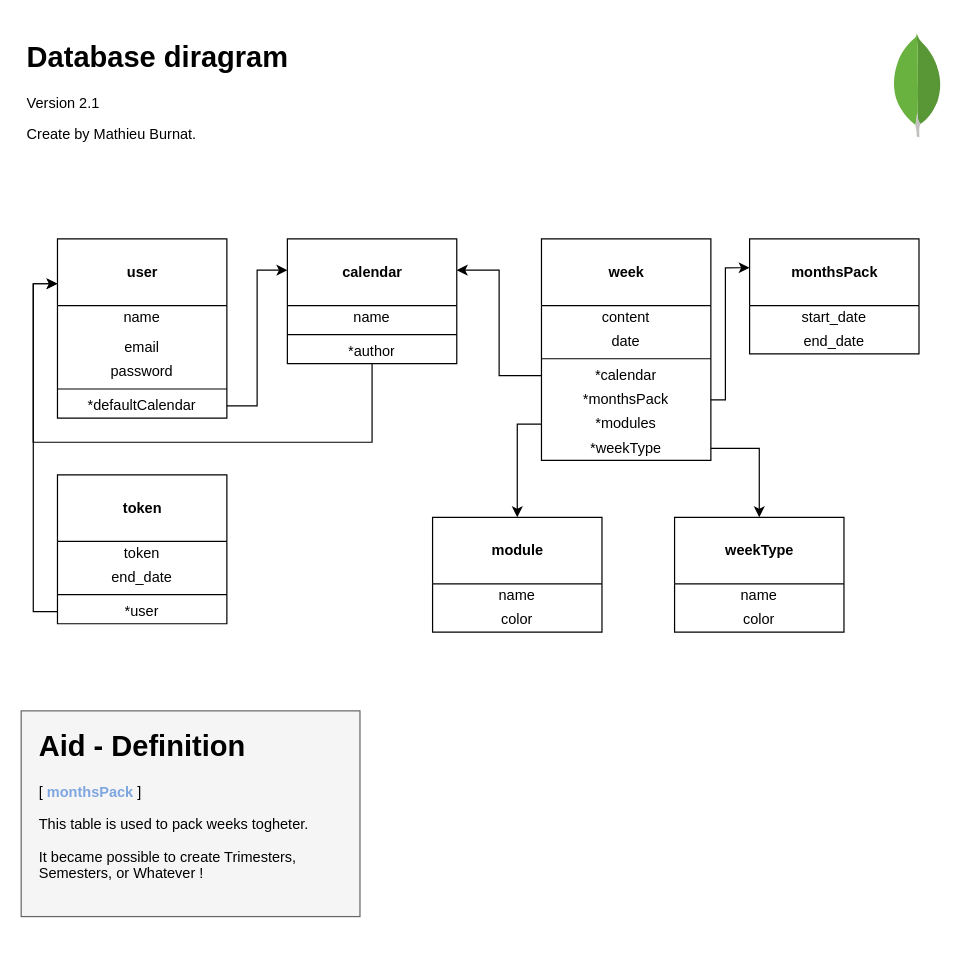
Before: documentation/database/Diagram_2.drawio in MathieuBurnat/tech_calendar, a draw.io diagram. Source tidied: cells renumbered, new cells numbered last; positions are measured from the earlier drawing's top-left corner, leaving out a move shared by most shapes. Both pictures are drawn from the tidied source at 121%, with x=0, y=0 at pixel (21, 33).
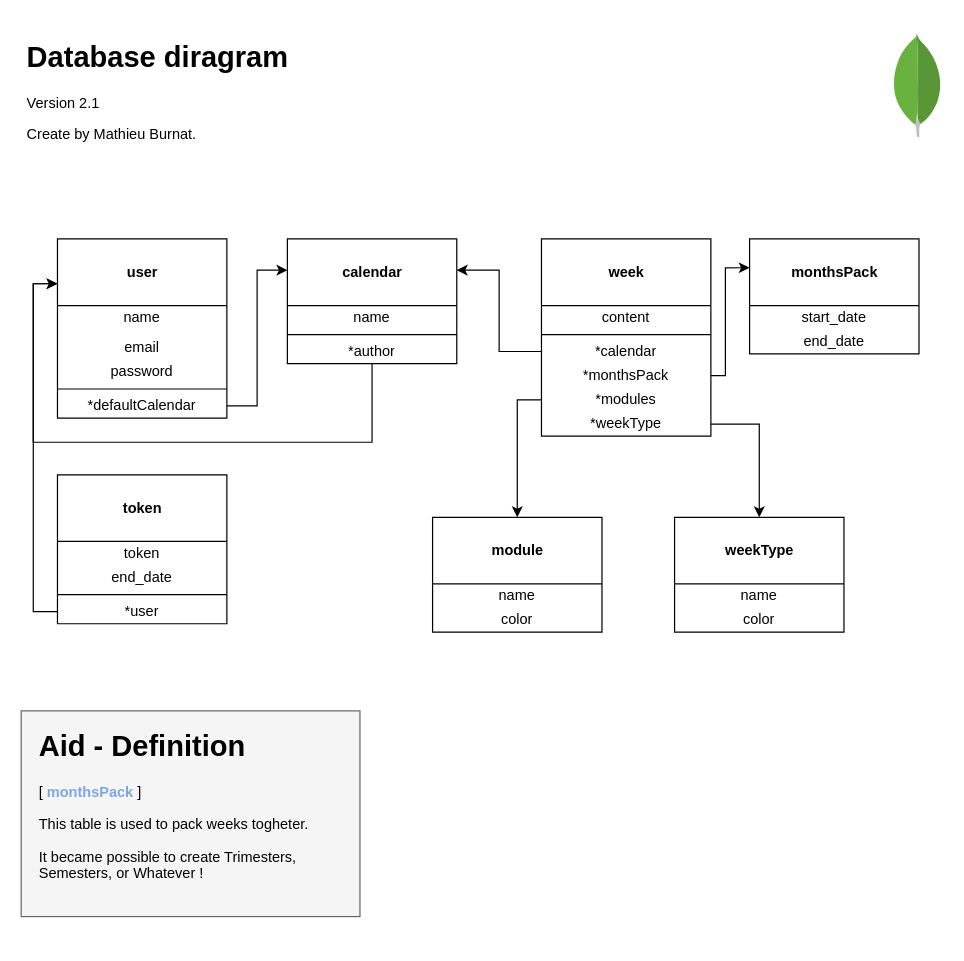
Above is the later version.

The change refers to these unchanged cells:
```xml
<mxCell id="38" value="&lt;br&gt;&lt;b&gt;monthsPack&lt;/b&gt;" style="swimlane;fontStyle=0;align=center;verticalAlign=top;horizontal=1;startSize=55;html=1;" parent="1" vertex="1">
  <mxGeometry x="602" y="170" width="140" height="95" as="geometry" />
</mxCell>
```

The edit, as a diff of the source:
```diff
@@
     <mxCell id="8" value="&lt;br&gt;&lt;b&gt;week&lt;/b&gt;" style="swimlane;fontStyle=0;align=center;verticalAlign=top;horizontal=1;startSize=55;html=1;" parent="1" vertex="1">
-      <mxGeometry x="430" y="170" width="140" height="183" as="geometry" />
+      <mxGeometry x="430" y="170" width="140" height="163" as="geometry" />
     </mxCell>
@@
-    <mxCell id="10" value="date" style="text;html=1;strokeColor=none;fillColor=none;align=center;verticalAlign=middle;spacingLeft=4;spacingRight=4;overflow=hidden;" parent="8" vertex="1">
-      <mxGeometry y="75" width="140" height="20" as="geometry" />
-    </mxCell>
     <mxCell id="11" style="line;strokeWidth=1;fillColor=none;align=left;verticalAlign=middle;spacingTop=-1;spacingLeft=3;spacingRight=3;labelPosition=right;" parent="8" vertex="1">
-      <mxGeometry y="95" width="140" height="8" as="geometry" />
+      <mxGeometry y="75" width="140" height="8" as="geometry" />
     </mxCell>
     <mxCell id="12" value="*calendar" style="text;html=1;strokeColor=none;fillColor=none;align=center;verticalAlign=middle;spacingLeft=4;spacingRight=4;overflow=hidden;points=[[0,0.5],[1,0.5]];portConstraint=eastwest;" parent="8" vertex="1">
-      <mxGeometry y="103" width="140" height="20" as="geometry" />
+      <mxGeometry y="83" width="140" height="20" as="geometry" />
     </mxCell>
     <mxCell id="13" value="*monthsPack" style="text;html=1;strokeColor=none;fillColor=none;align=center;verticalAlign=middle;spacingLeft=4;spacingRight=4;overflow=hidden;points=[[0,0.5],[1,0.5]];portConstraint=eastwest;" parent="8" vertex="1">
-      <mxGeometry y="123" width="140" height="20" as="geometry" />
+      <mxGeometry y="103" width="140" height="20" as="geometry" />
     </mxCell>
     <mxCell id="14" value="*modules" style="text;html=1;strokeColor=none;fillColor=none;align=center;verticalAlign=middle;spacingLeft=4;spacingRight=4;overflow=hidden;points=[[0,0.5],[1,0.5]];portConstraint=eastwest;" parent="8" vertex="1">
-      <mxGeometry y="143" width="140" height="20" as="geometry" />
+      <mxGeometry y="123" width="140" height="20" as="geometry" />
     </mxCell>
     <mxCell id="15" value="*weekType" style="text;html=1;strokeColor=none;fillColor=none;align=center;verticalAlign=middle;spacingLeft=4;spacingRight=4;overflow=hidden;points=[[0,0.5],[1,0.5]];portConstraint=eastwest;" parent="8" vertex="1">
-      <mxGeometry y="163" width="140" height="20" as="geometry" />
+      <mxGeometry y="143" width="140" height="20" as="geometry" />
     </mxCell>
@@
-    <mxCell id="41" style="edgeStyle=orthogonalEdgeStyle;rounded=0;jettySize=auto;html=1;entryX=0;entryY=0.25;entryDx=0;entryDy=0;" parent="1" edge="1" source="13" target="38">
-      <mxGeometry relative="1" as="geometry">
-        <Array as="points">
-          <mxPoint x="582" y="303" />
-          <mxPoint x="582" y="194" />
-        </Array>
-      </mxGeometry>
-    </mxCell>
@@
+    <mxCell id="41" style="edgeStyle=orthogonalEdgeStyle;rounded=0;jettySize=auto;html=1;entryX=0;entryY=0.25;entryDx=0;entryDy=0;" parent="1" edge="1" source="13" target="38">
+      <mxGeometry relative="1" as="geometry">
+        <Array as="points">
+          <mxPoint x="582" y="283" />
+          <mxPoint x="582" y="194" />
+        </Array>
+      </mxGeometry>
+    </mxCell>
```
